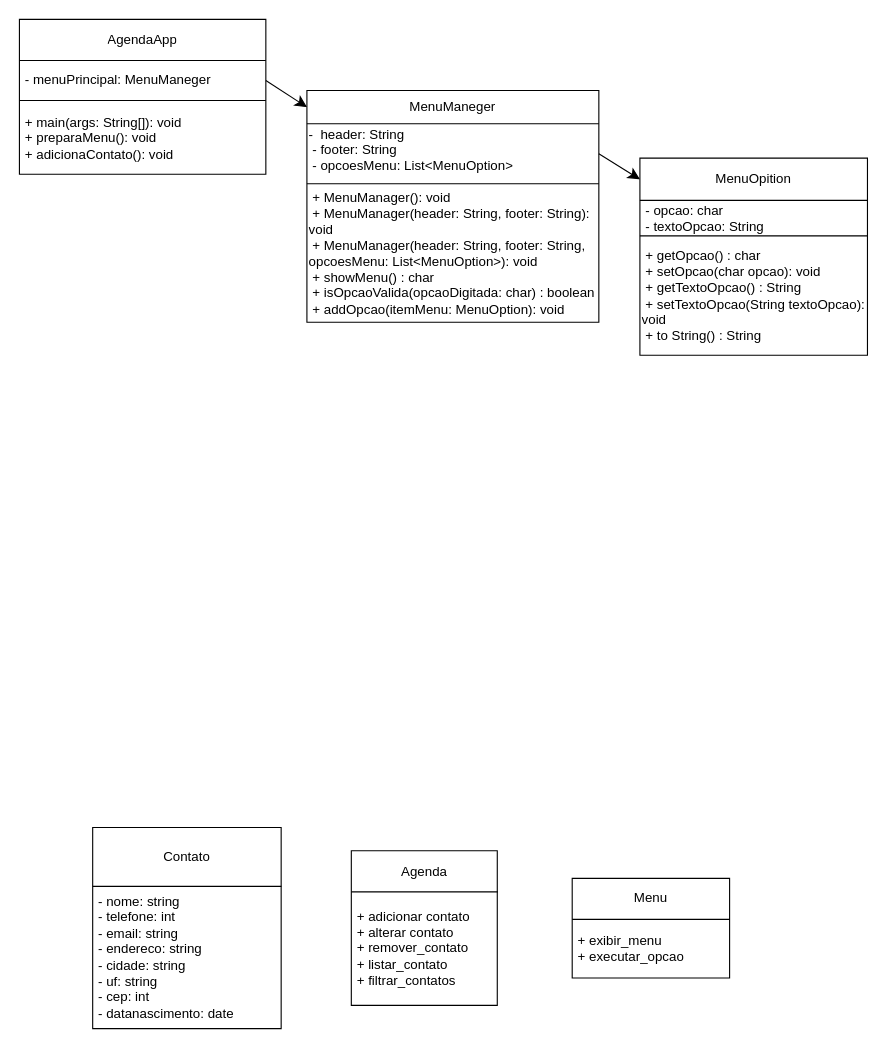
The draw.io diagram t7iyiuiu.drawio in sanabrii/POO-AgendaApp, before the edit. Source tidied: cells renumbered, new cells numbered last; positions are measured from the earlier drawing's top-left corner, leaving out a move shared by most shapes. Both pictures are drawn from the tidied source at 111%, with x=0, y=0 at pixel (19, 19).
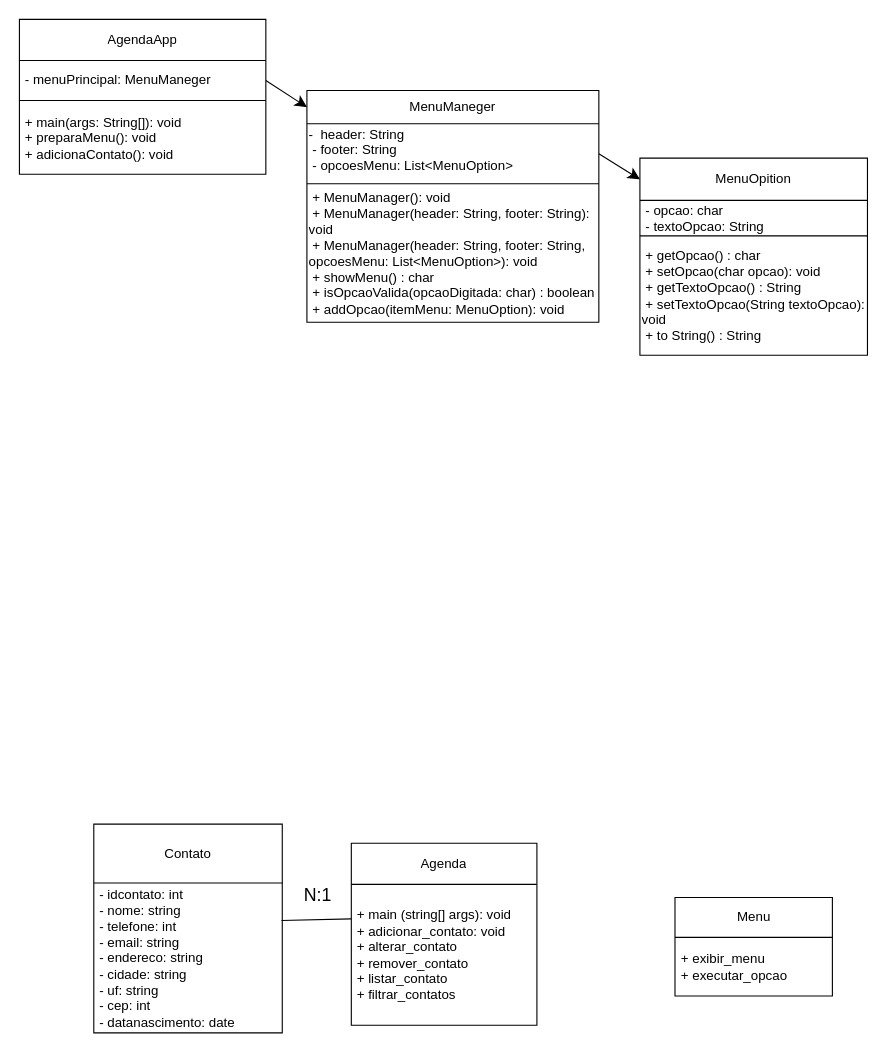
Above is the later version.

What changed in the source:
```diff
@@
     <mxCell id="26" style="shape=table;startSize=0;childLayout=tableLayout;" parent="1" vertex="1">
-      <mxGeometry x="66" y="728" width="169.8" height="181.2" as="geometry" />
+      <mxGeometry x="67" y="725" width="169.8" height="188" as="geometry" />
     </mxCell>
@@
     <mxCell id="29" style="shape=tableRow;horizontal=0;startSize=0;swimlaneHead=0;swimlaneBody=0;strokeColor=inherit;top=0;left=0;bottom=0;right=0;fillColor=none;points=[[0,0.5],[1,0.5]];portConstraint=eastwest;" parent="26" vertex="1">
-      <mxGeometry y="53" width="169.8" height="128" as="geometry" />
+      <mxGeometry y="53" width="169.8" height="135" as="geometry" />
     </mxCell>
-    <mxCell id="30" value="&amp;nbsp;- nome: string&lt;div&gt;&amp;nbsp;- telefone: int&lt;/div&gt;&lt;div&gt;&amp;nbsp;- email: string&lt;/div&gt;&lt;div&gt;&amp;nbsp;- endereco: string&lt;/div&gt;&lt;div&gt;&amp;nbsp;- cidade: string&lt;/div&gt;&lt;div&gt;&amp;nbsp;- uf: string&lt;/div&gt;&lt;div&gt;&amp;nbsp;- cep: int&lt;/div&gt;&lt;div&gt;&amp;nbsp;- datanascimento: date&lt;/div&gt;" style="shape=partialRectangle;html=1;whiteSpace=wrap;strokeColor=inherit;overflow=hidden;fillColor=none;top=0;left=0;bottom=0;right=0;align=left;" parent="29" vertex="1">
-      <mxGeometry width="170" height="128" as="geometry" />
+    <mxCell id="30" value="&amp;nbsp;- idcontato: int&amp;nbsp;&lt;div&gt;&amp;nbsp;- nome: string&lt;div&gt;&amp;nbsp;- telefone: int&lt;/div&gt;&lt;div&gt;&amp;nbsp;- email: string&lt;/div&gt;&lt;div&gt;&amp;nbsp;- endereco: string&lt;/div&gt;&lt;div&gt;&amp;nbsp;- cidade: string&lt;/div&gt;&lt;div&gt;&amp;nbsp;- uf: string&lt;/div&gt;&lt;div&gt;&amp;nbsp;- cep: int&lt;/div&gt;&lt;div&gt;&amp;nbsp;- datanascimento: date&lt;/div&gt;&lt;/div&gt;" style="shape=partialRectangle;html=1;whiteSpace=wrap;strokeColor=inherit;overflow=hidden;fillColor=none;top=0;left=0;bottom=0;right=0;align=left;" parent="29" vertex="1">
+      <mxGeometry width="170" height="135" as="geometry" />
     </mxCell>
     <mxCell id="31" style="shape=table;startSize=0;childLayout=tableLayout;" parent="1" vertex="1">
-      <mxGeometry x="299" y="749" width="131.5" height="139.2" as="geometry" />
+      <mxGeometry x="299" y="742.2" width="167.2" height="164" as="geometry" />
     </mxCell>
     <mxCell id="32" style="shape=tableRow;horizontal=0;startSize=0;swimlaneHead=0;swimlaneBody=0;strokeColor=inherit;top=0;left=0;bottom=0;right=0;fillColor=none;" parent="31" vertex="1">
-      <mxGeometry width="131.5" height="37" as="geometry" />
+      <mxGeometry width="167.2" height="37" as="geometry" />
     </mxCell>
     <mxCell id="33" value="Agenda" style="shape=partialRectangle;html=1;whiteSpace=wrap;strokeColor=inherit;overflow=hidden;fillColor=none;top=0;left=0;bottom=0;right=0;" parent="32" vertex="1">
-      <mxGeometry width="132" height="37" as="geometry" />
+      <mxGeometry width="167" height="37" as="geometry" />
     </mxCell>
     <mxCell id="34" style="shape=tableRow;horizontal=0;startSize=0;swimlaneHead=0;swimlaneBody=0;strokeColor=inherit;top=0;left=0;bottom=0;right=0;fillColor=none;points=[[0,0.5],[1,0.5]];portConstraint=eastwest;" parent="31" vertex="1">
-      <mxGeometry y="37" width="131.5" height="102" as="geometry" />
+      <mxGeometry y="37" width="167.2" height="127" as="geometry" />
     </mxCell>
-    <mxCell id="35" value="&amp;nbsp;+ adicionar contato&lt;div&gt;&amp;nbsp;+ alterar contato&lt;/div&gt;&lt;div&gt;&amp;nbsp;&lt;span style=&quot;background-color: initial;&quot;&gt;+ remover_contato&lt;/span&gt;&lt;/div&gt;&lt;div&gt;&lt;span style=&quot;background-color: initial;&quot;&gt;&amp;nbsp;+ listar_contato&lt;/span&gt;&lt;/div&gt;&lt;div&gt;&lt;span style=&quot;background-color: initial;&quot;&gt;&amp;nbsp;&lt;/span&gt;&lt;span style=&quot;background-color: initial;&quot;&gt;+ filtrar_contatos&lt;/span&gt;&lt;/div&gt;" style="shape=partialRectangle;html=1;whiteSpace=wrap;strokeColor=inherit;overflow=hidden;fillColor=none;top=0;left=0;bottom=0;right=0;align=left;" parent="34" vertex="1">
-      <mxGeometry width="132" height="102" as="geometry" />
+    <mxCell id="35" value="&lt;div&gt;&amp;nbsp;+ main (string[] args): void&lt;/div&gt;&amp;nbsp;+ adicionar_contato: void&lt;div&gt;&amp;nbsp;+ alterar_contato&lt;/div&gt;&lt;div&gt;&amp;nbsp;&lt;span style=&quot;background-color: initial;&quot;&gt;+ remover_contato&lt;/span&gt;&lt;/div&gt;&lt;div&gt;&lt;span style=&quot;background-color: initial;&quot;&gt;&amp;nbsp;+ listar_contato&lt;/span&gt;&lt;/div&gt;&lt;div&gt;&lt;span style=&quot;background-color: initial;&quot;&gt;&amp;nbsp;&lt;/span&gt;&lt;span style=&quot;background-color: initial;&quot;&gt;+ filtrar_contatos&lt;/span&gt;&lt;/div&gt;" style="shape=partialRectangle;html=1;whiteSpace=wrap;strokeColor=inherit;overflow=hidden;fillColor=none;top=0;left=0;bottom=0;right=0;align=left;" parent="34" vertex="1">
+      <mxGeometry width="167" height="127" as="geometry" />
     </mxCell>
     <mxCell id="36" style="shape=table;startSize=0;childLayout=tableLayout;" parent="1" vertex="1">
-      <mxGeometry x="498" y="773.8" width="141.8" height="89.8" as="geometry" />
+      <mxGeometry x="590.6" y="791" width="141.8" height="88.8" as="geometry" />
     </mxCell>
     <mxCell id="37" style="shape=tableRow;horizontal=0;startSize=0;swimlaneHead=0;swimlaneBody=0;strokeColor=inherit;top=0;left=0;bottom=0;right=0;fillColor=none;" parent="36" vertex="1">
-      <mxGeometry width="141.8" height="37" as="geometry" />
+      <mxGeometry width="141.8" height="36" as="geometry" />
     </mxCell>
     <mxCell id="38" value="Menu" style="shape=partialRectangle;html=1;whiteSpace=wrap;strokeColor=inherit;overflow=hidden;fillColor=none;top=0;left=0;bottom=0;right=0;" parent="37" vertex="1">
-      <mxGeometry width="142" height="37" as="geometry" />
+      <mxGeometry width="142" height="36" as="geometry" />
     </mxCell>
     <mxCell id="39" style="shape=tableRow;horizontal=0;startSize=0;swimlaneHead=0;swimlaneBody=0;strokeColor=inherit;top=0;left=0;bottom=0;right=0;fillColor=none;" parent="36" vertex="1">
-      <mxGeometry y="37" width="141.8" height="53" as="geometry" />
+      <mxGeometry y="36" width="141.8" height="53" as="geometry" />
     </mxCell>
@@
+    <mxCell id="41" style="endArrow=none;html=1;rounded=0;fontSize=12;startSize=8;endSize=8;curved=1;entryX=0;entryY=0.245;entryDx=0;entryDy=0;entryPerimeter=0;exitX=0.996;exitY=0.25;exitDx=0;exitDy=0;exitPerimeter=0;" parent="1" edge="1" source="29" target="34">
+      <mxGeometry relative="1" as="geometry" />
+    </mxCell>
+    <mxCell id="42" value="N:1" style="text;html=1;align=center;verticalAlign=middle;whiteSpace=wrap;rounded=0;fontSize=16;" parent="1" vertex="1">
+      <mxGeometry x="239" y="773.8" width="60" height="30" as="geometry" />
+    </mxCell>
```
